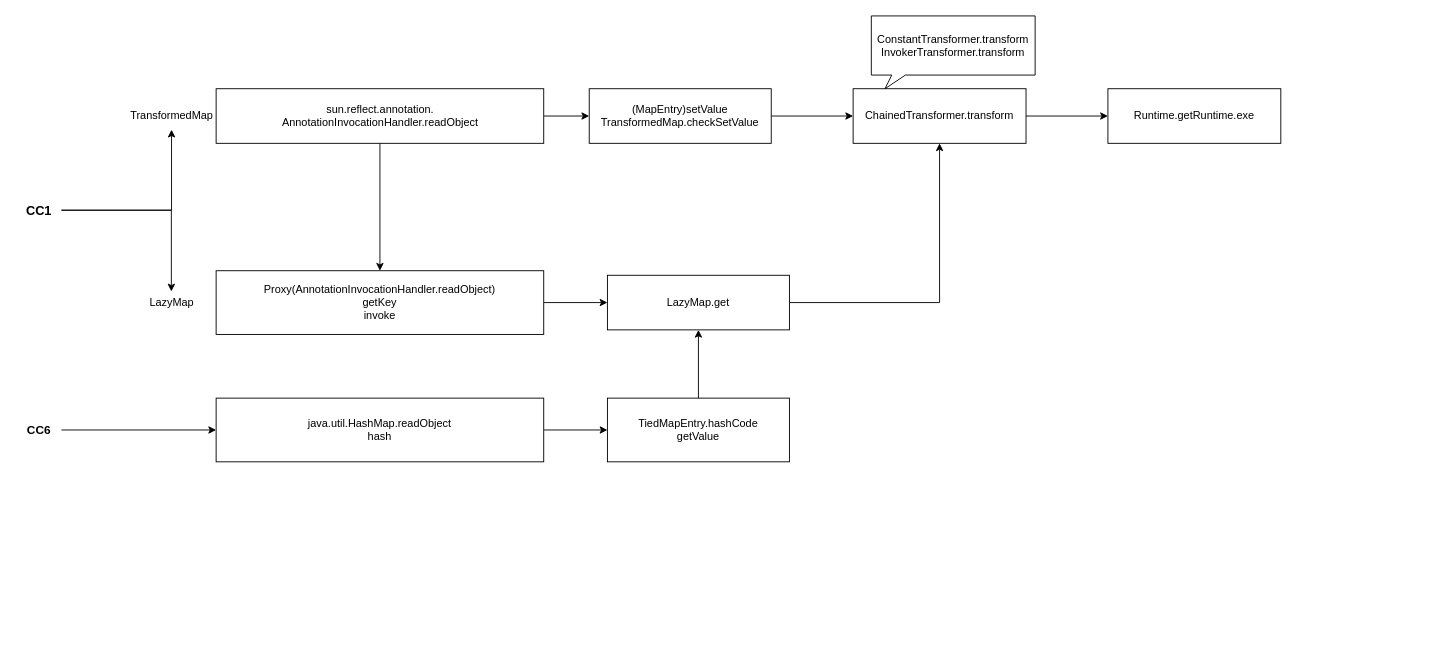
This is CC链/CC link.drawio from hututu2/Java-Study, a draw.io file, before an edit. Source tidied: cells renumbered, new cells numbered last; positions are measured from the earlier drawing's top-left corner, leaving out a move shared by most shapes. Both pictures are drawn from the tidied source at 91%, with x=0, y=0 at pixel (15, 15).
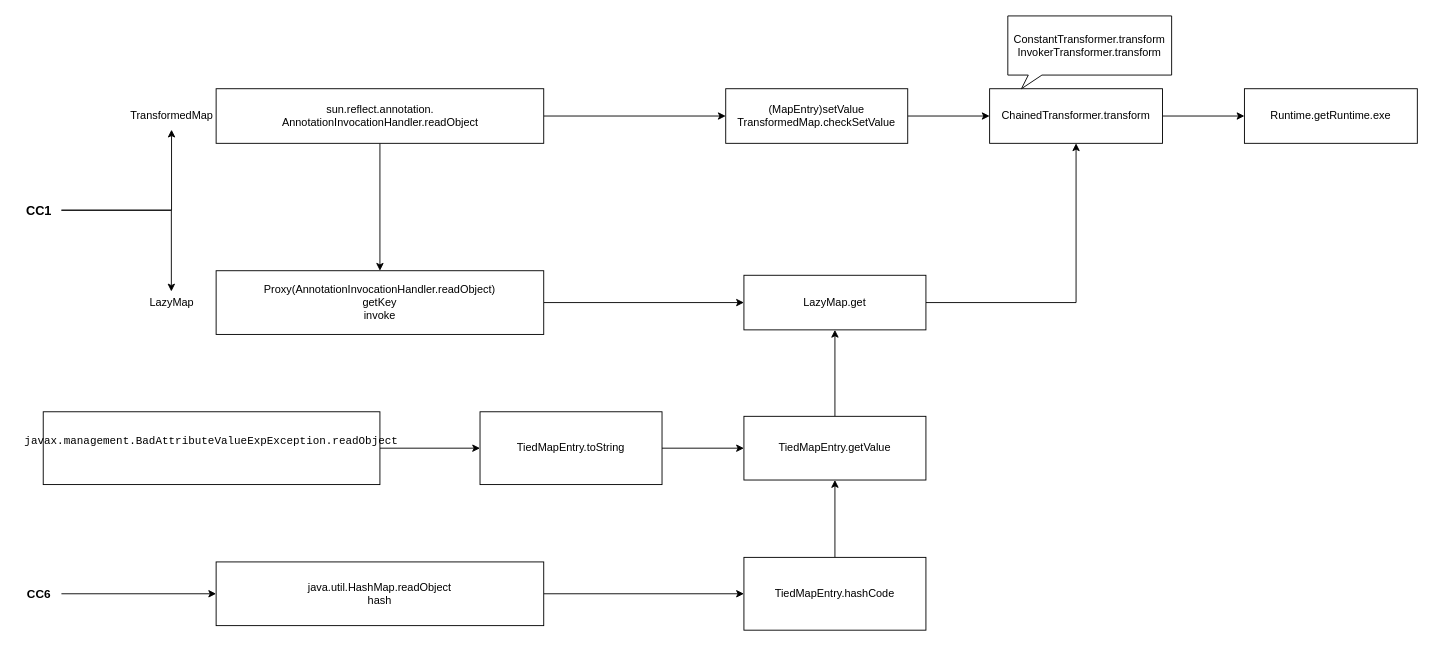
Above is the later version.

The edit, as a diff of the source:
```diff
@@
     <mxCell id="2" value="Runtime.getRuntime.exe" style="rounded=0;whiteSpace=wrap;html=1;" parent="1" vertex="1">
-      <mxGeometry x="1200" y="80" width="190" height="60" as="geometry" />
+      <mxGeometry x="1350" y="80" width="190" height="60" as="geometry" />
     </mxCell>
@@
     <mxCell id="4" value="ChainedTransformer.transform" style="rounded=0;whiteSpace=wrap;html=1;" parent="1" vertex="1">
-      <mxGeometry x="920" y="80" width="190" height="60" as="geometry" />
+      <mxGeometry x="1070" y="80" width="190" height="60" as="geometry" />
     </mxCell>
@@
     <mxCell id="6" value="(MapEntry&lt;span style=&quot;background-color: initial;&quot;&gt;)setValue&lt;/span&gt;&lt;br&gt;TransformedMap.checkSetValue" style="rounded=0;whiteSpace=wrap;html=1;" parent="1" vertex="1">
-      <mxGeometry x="630" y="80" width="200" height="60" as="geometry" />
+      <mxGeometry x="780" y="80" width="200" height="60" as="geometry" />
     </mxCell>
@@
     <mxCell id="10" value="ConstantTransformer.transform&lt;br&gt;InvokerTransformer.transform" style="whiteSpace=wrap;html=1;shape=mxgraph.basic.rectCallout;dx=30;dy=15;boundedLbl=1;" parent="1" vertex="1">
-      <mxGeometry x="940" width="180" height="80" as="geometry" />
+      <mxGeometry x="1090" width="180" height="80" as="geometry" />
     </mxCell>
@@
     <mxCell id="12" value="LazyMap.get" style="rounded=0;whiteSpace=wrap;html=1;" parent="1" vertex="1">
-      <mxGeometry x="650" y="285" width="200" height="60" as="geometry" />
+      <mxGeometry x="800" y="285" width="200" height="60" as="geometry" />
     </mxCell>
@@
-    <mxCell id="16" value="TiedMapEntry.hashCode&lt;br&gt;getValue" style="rounded=0;whiteSpace=wrap;html=1;" parent="1" vertex="1">
-      <mxGeometry x="650" y="420" width="200" height="70" as="geometry" />
+    <mxCell id="16" value="TiedMapEntry.getValue" style="rounded=0;whiteSpace=wrap;html=1;" parent="1" vertex="1">
+      <mxGeometry x="800" y="440" width="200" height="70" as="geometry" />
     </mxCell>
-    <mxCell id="17" style="edgeStyle=orthogonalEdgeStyle;rounded=0;jettySize=auto;html=1;" parent="1" edge="1" source="18" target="16">
-      <mxGeometry relative="1" as="geometry" />
-    </mxCell>
+    <mxCell id="26" style="edgeStyle=orthogonalEdgeStyle;rounded=0;jettySize=auto;html=1;exitX=1;exitY=0.5;exitDx=0;exitDy=0;entryX=0;entryY=0.5;entryDx=0;entryDy=0;" parent="1" edge="1" source="18" target="30">
+      <mxGeometry relative="1" as="geometry" />
+    </mxCell>
     <mxCell id="18" value="java.util.HashMap.readObject&lt;br&gt;hash" style="rounded=0;whiteSpace=wrap;html=1;" parent="1" vertex="1">
-      <mxGeometry x="220" y="420" width="360" height="70" as="geometry" />
+      <mxGeometry x="220" y="600" width="360" height="70" as="geometry" />
     </mxCell>
@@
     <mxCell id="24" value="&lt;span style=&quot;font-size: 13px;&quot;&gt;&lt;font style=&quot;font-size: 13px;&quot;&gt;CC6&lt;/font&gt;&lt;/span&gt;" style="text;html=1;align=center;verticalAlign=middle;points=[];strokeColor=none;fillColor=none;fontSize=13;fontStyle=1;" parent="1" vertex="1">
-      <mxGeometry y="440" width="50" height="30" as="geometry" />
+      <mxGeometry y="620" width="50" height="30" as="geometry" />
     </mxCell>
@@
+    <mxCell id="27" style="edgeStyle=orthogonalEdgeStyle;rounded=0;jettySize=auto;html=1;exitX=1;exitY=0.5;exitDx=0;exitDy=0;" parent="1" edge="1" source="28" target="32">
+      <mxGeometry relative="1" as="geometry" />
+    </mxCell>
+    <mxCell id="28" value="&lt;font face=&quot;JetBrains Mono, monospace&quot;&gt;javax.management.BadAttributeValueExpException.readObject&lt;br&gt;&lt;br&gt;&lt;/font&gt;" style="rounded=0;whiteSpace=wrap;html=1;" parent="1" vertex="1">
+      <mxGeometry x="30" y="435" width="370" height="80" as="geometry" />
+    </mxCell>
+    <mxCell id="29" style="edgeStyle=orthogonalEdgeStyle;rounded=0;jettySize=auto;html=1;" parent="1" edge="1" source="30" target="16">
+      <mxGeometry relative="1" as="geometry" />
+    </mxCell>
+    <mxCell id="30" value="TiedMapEntry.hashCode" style="rounded=0;whiteSpace=wrap;html=1;" parent="1" vertex="1">
+      <mxGeometry x="800" y="595" width="200" height="80" as="geometry" />
+    </mxCell>
+    <mxCell id="31" style="edgeStyle=orthogonalEdgeStyle;rounded=0;jettySize=auto;html=1;exitX=1;exitY=0.5;exitDx=0;exitDy=0;" parent="1" edge="1" source="32" target="16">
+      <mxGeometry relative="1" as="geometry" />
+    </mxCell>
+    <mxCell id="32" value="TiedMapEntry.toString" style="rounded=0;whiteSpace=wrap;html=1;" parent="1" vertex="1">
+      <mxGeometry x="510" y="435" width="200" height="80" as="geometry" />
+    </mxCell>
```
